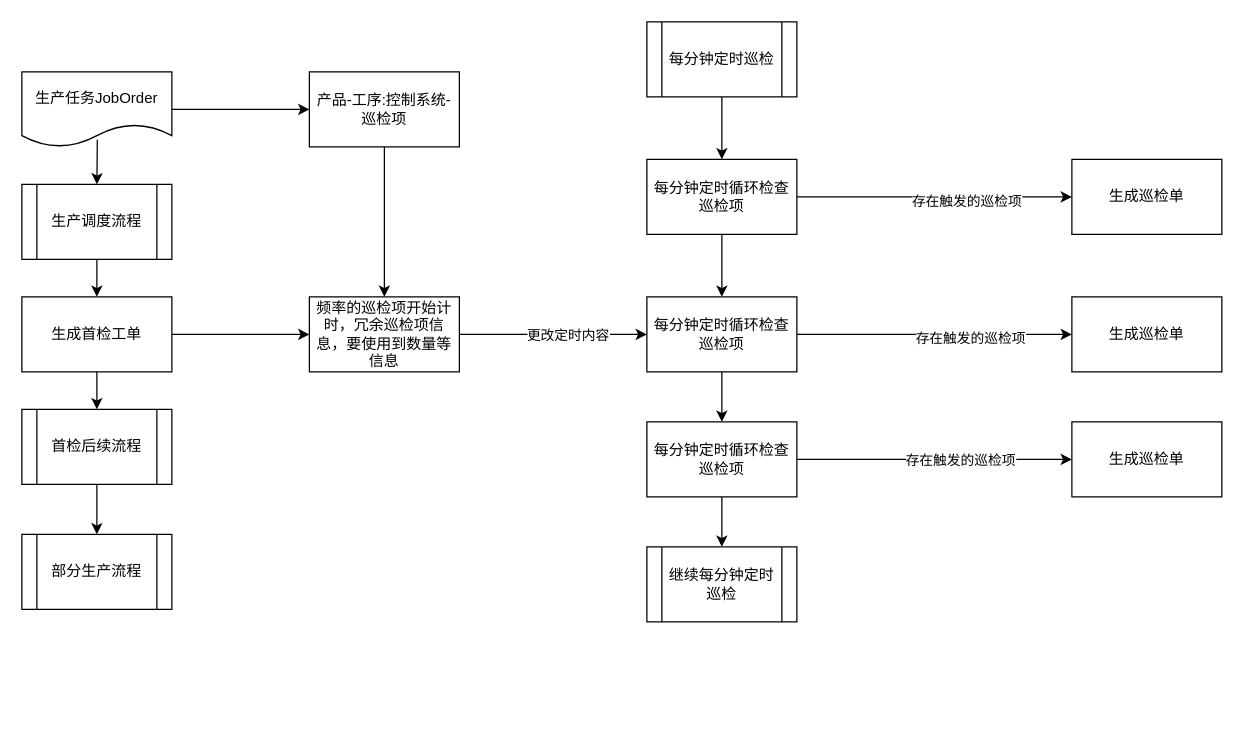
Earlier version of the draw.io diagram page "巡检" (2 of 2) of 首检流程.drawio (sstlin/os-shell). Source tidied: cells renumbered, new cells numbered last; positions are measured from the earlier drawing's top-left corner, leaving out a move shared by most shapes. Both pictures are drawn from the tidied source at 125%, with x=0, y=0 at pixel (21, 21).
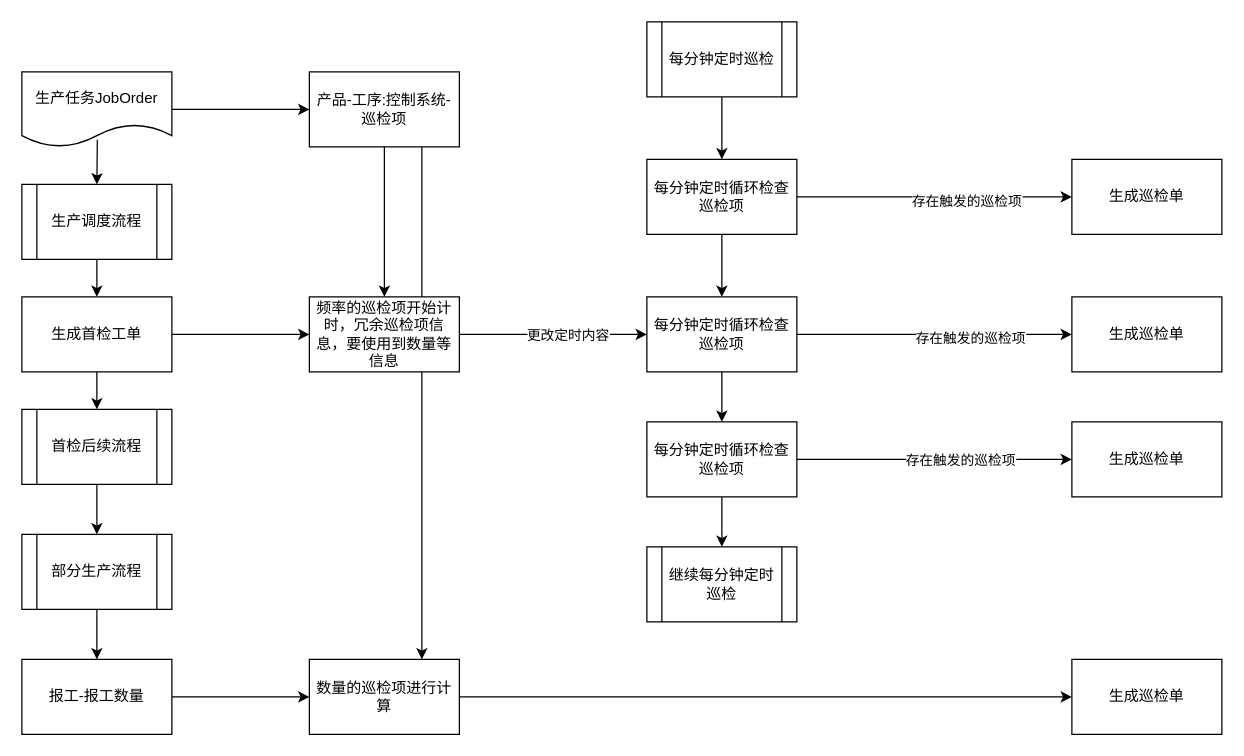
The same diagram, later.

The change refers to these unchanged cells:
```xml
<mxCell id="9" value="部分生产流程" style="shape=process;whiteSpace=wrap;html=1;backgroundOutline=1;" parent="1" vertex="1">
  <mxGeometry y="410" width="120" height="60" as="geometry" />
</mxCell>
<mxCell id="13" value="产品-工序:控制系统-巡检项" style="rounded=0;whiteSpace=wrap;html=1;" parent="1" vertex="1">
  <mxGeometry x="230" y="40" width="120" height="60" as="geometry" />
</mxCell>
```

What changed in the source:
```diff
@@
+    <mxCell id="36" style="edgeStyle=orthogonalEdgeStyle;rounded=0;jettySize=auto;html=1;exitX=0.5;exitY=1;exitDx=0;exitDy=0;entryX=0.5;entryY=0;entryDx=0;entryDy=0;" parent="1" edge="1" source="9" target="39">
+      <mxGeometry relative="1" as="geometry" />
+    </mxCell>
@@
+    <mxCell id="37" style="edgeStyle=orthogonalEdgeStyle;rounded=0;jettySize=auto;html=1;exitX=0.75;exitY=1;exitDx=0;exitDy=0;entryX=0.75;entryY=0;entryDx=0;entryDy=0;" parent="1" edge="1" source="13" target="41">
+      <mxGeometry relative="1" as="geometry" />
+    </mxCell>
@@
+    <mxCell id="38" style="edgeStyle=orthogonalEdgeStyle;rounded=0;jettySize=auto;html=1;exitX=1;exitY=0.5;exitDx=0;exitDy=0;entryX=0;entryY=0.5;entryDx=0;entryDy=0;" parent="1" edge="1" source="39" target="41">
+      <mxGeometry relative="1" as="geometry" />
+    </mxCell>
+    <mxCell id="39" value="报工-报工数量" style="rounded=0;whiteSpace=wrap;html=1;" parent="1" vertex="1">
+      <mxGeometry y="510" width="120" height="60" as="geometry" />
+    </mxCell>
+    <mxCell id="40" style="edgeStyle=orthogonalEdgeStyle;rounded=0;jettySize=auto;html=1;exitX=1;exitY=0.5;exitDx=0;exitDy=0;" parent="1" edge="1" source="41" target="42">
+      <mxGeometry relative="1" as="geometry" />
+    </mxCell>
+    <mxCell id="41" value="数量的巡检项进行计算" style="rounded=0;whiteSpace=wrap;html=1;" parent="1" vertex="1">
+      <mxGeometry x="230" y="510" width="120" height="60" as="geometry" />
+    </mxCell>
+    <mxCell id="42" value="生成巡检单" style="rounded=0;whiteSpace=wrap;html=1;" parent="1" vertex="1">
+      <mxGeometry x="840" y="510" width="120" height="60" as="geometry" />
+    </mxCell>
```
